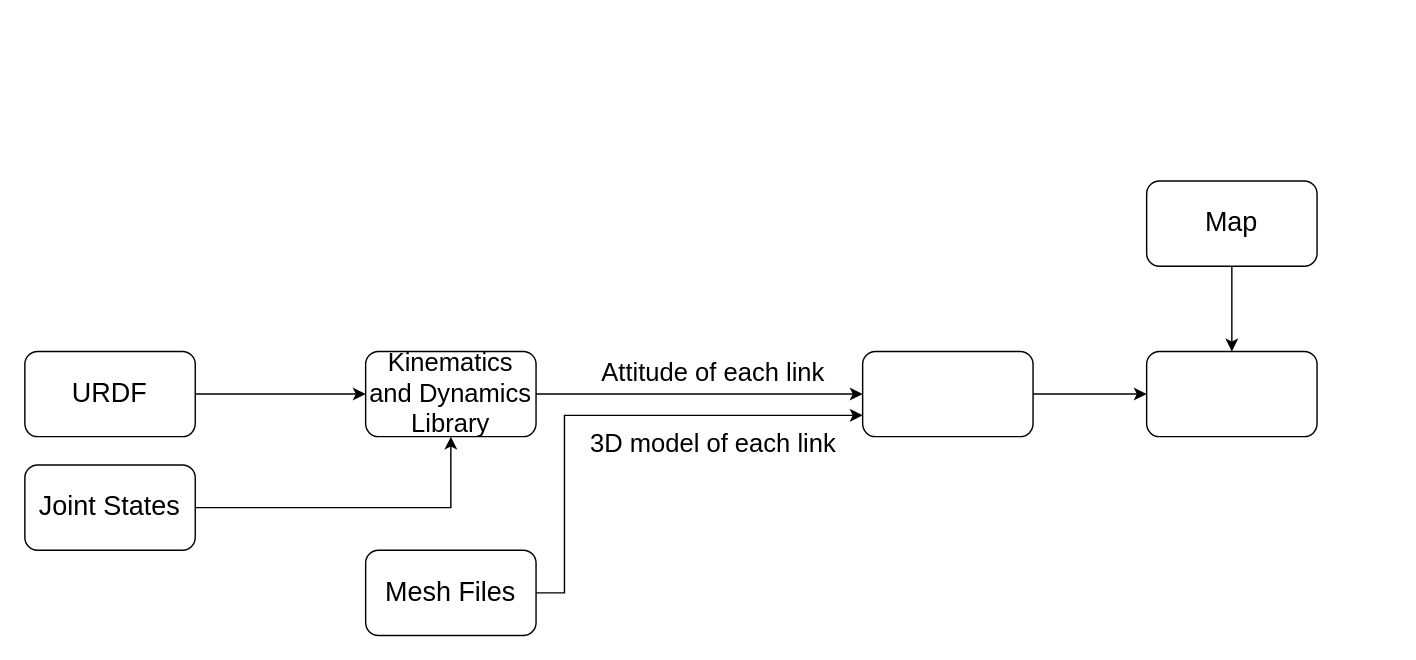
jasonchenj/game keeps this draw.io diagram as kdl.drawio. Above is the earlier version. Source tidied: cells renumbered, new cells numbered last; positions are measured from the earlier drawing's top-left corner, leaving out a move shared by most shapes. Both pictures are drawn from the tidied source at 142%, with x=0, y=0 at pixel (24, 180).
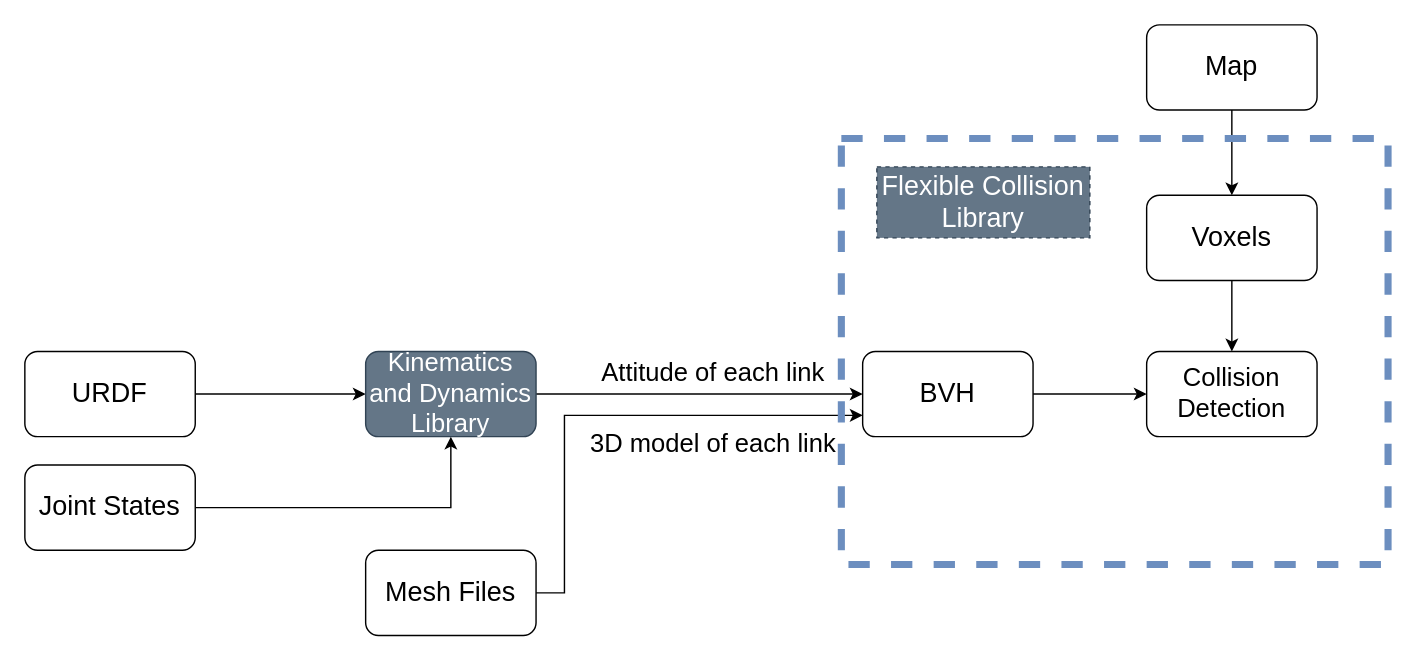
After the change.

What changed in the source:
```diff
@@
-    <mxCell id="5" value="&lt;font style=&quot;font-size: 18px&quot;&gt;Kinematics and Dynamics Library&lt;/font&gt;" style="rounded=1;whiteSpace=wrap;html=1;" parent="1" vertex="1">
+    <mxCell id="5" value="&lt;font style=&quot;font-size: 18px&quot;&gt;Kinematics and Dynamics Library&lt;/font&gt;" style="rounded=1;whiteSpace=wrap;html=1;fillColor=#647687;strokeColor=#314354;fontColor=#ffffff;" parent="1" vertex="1">
       <mxGeometry x="240" y="120" width="120" height="60" as="geometry" />
     </mxCell>
@@
-    <mxCell id="9" style="whiteSpace=wrap;html=1;rounded=1;" parent="1" vertex="1">
+    <mxCell id="9" value="&lt;font style=&quot;font-size: 19px&quot;&gt;BVH&lt;/font&gt;" style="whiteSpace=wrap;html=1;rounded=1;" parent="1" vertex="1">
       <mxGeometry x="590" y="120" width="120" height="60" as="geometry" />
     </mxCell>
@@
-    <mxCell id="14" style="whiteSpace=wrap;html=1;rounded=1;" parent="1" vertex="1">
+    <mxCell id="14" value="&lt;font style=&quot;font-size: 18px&quot;&gt;Collision &lt;br&gt;Detection&lt;/font&gt;" style="whiteSpace=wrap;html=1;rounded=1;" parent="1" vertex="1">
       <mxGeometry x="790" y="120" width="120" height="60" as="geometry" />
     </mxCell>
-    <mxCell id="15" style="edgeStyle=orthogonalEdgeStyle;rounded=0;jettySize=auto;html=1;" parent="1" edge="1" source="16" target="14">
-      <mxGeometry relative="1" as="geometry" />
-    </mxCell>
+    <mxCell id="17" style="edgeStyle=orthogonalEdgeStyle;rounded=0;jettySize=auto;html=1;" parent="1" edge="1" source="16" target="19">
+      <mxGeometry relative="1" as="geometry" />
+    </mxCell>
     <mxCell id="16" value="&lt;font style=&quot;font-size: 19px&quot;&gt;Map&lt;/font&gt;" style="rounded=1;whiteSpace=wrap;html=1;" parent="1" vertex="1">
-      <mxGeometry x="790" width="120" height="60" as="geometry" />
+      <mxGeometry x="790" y="-110" width="120" height="60" as="geometry" />
     </mxCell>
+    <mxCell id="18" style="edgeStyle=orthogonalEdgeStyle;rounded=0;jettySize=auto;html=1;" parent="1" edge="1" source="19" target="14">
+      <mxGeometry relative="1" as="geometry" />
+    </mxCell>
+    <mxCell id="19" value="&lt;span style=&quot;font-size: 19px&quot;&gt;Voxels&lt;/span&gt;" style="rounded=1;whiteSpace=wrap;html=1;" parent="1" vertex="1">
+      <mxGeometry x="790" y="10" width="120" height="60" as="geometry" />
+    </mxCell>
+    <mxCell id="20" style="rounded=0;whiteSpace=wrap;html=1;dashed=1;strokeColor=#6c8ebf;fillColor=none;strokeWidth=5;" parent="1" vertex="1">
+      <mxGeometry x="575" y="-30" width="385" height="300" as="geometry" />
+    </mxCell>
+    <mxCell id="21" value="&lt;font style=&quot;font-size: 19px&quot;&gt;Flexible Collision Library&lt;/font&gt;" style="text;html=1;strokeColor=#314354;fillColor=#647687;align=center;verticalAlign=middle;whiteSpace=wrap;rounded=0;dashed=1;fontColor=#ffffff;" parent="1" vertex="1">
+      <mxGeometry x="600" y="-10" width="150" height="50" as="geometry" />
+    </mxCell>
```
